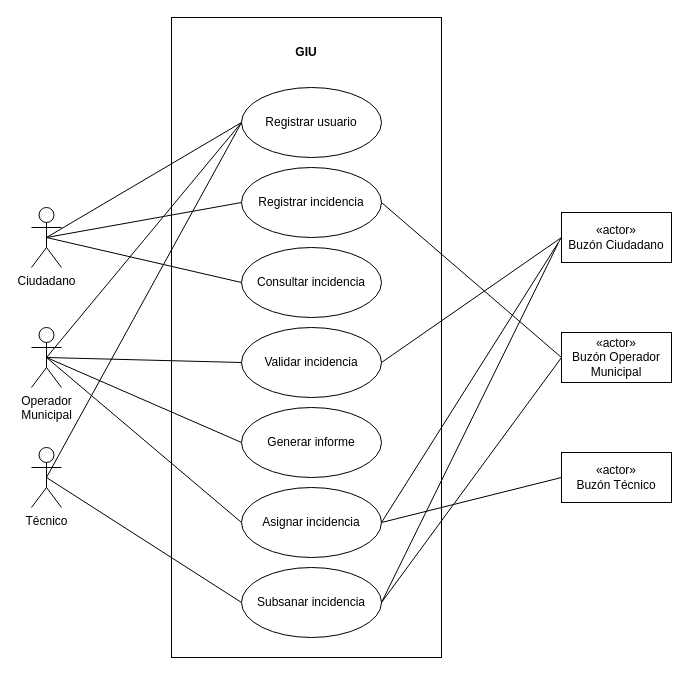
javimoralesg/UrbanDesk keeps this draw.io diagram as Diagrama de casos de uso.drawio. Above is the earlier version. Source tidied: cells renumbered, new cells numbered last; positions are measured from the earlier drawing's top-left corner, leaving out a move shared by most shapes. Both pictures are drawn from the tidied source at 100%, with x=0, y=0 at pixel (31, 17).
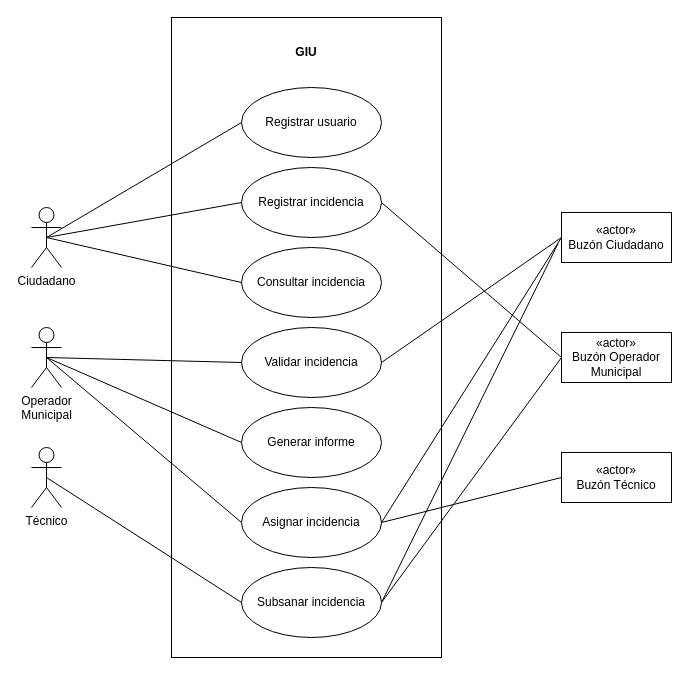
After the change.

Commit message:
Diagrama de casos de uso ACTUALIZADO

Se han modificado las relaciones en el caso de uso REGISTAR USUARIO.
Antes: Los actores principales eran el ciudadano, operador municipal y técnico.
Ahora: El actor principal es el ciudadano.

The change refers to these unchanged cells:
```xml
<mxCell id="4" value="Operador&lt;div&gt;Municipal&lt;/div&gt;" style="shape=umlActor;verticalLabelPosition=bottom;verticalAlign=top;html=1;" parent="1" vertex="1">
  <mxGeometry y="310" width="30" height="60" as="geometry" />
</mxCell>
<mxCell id="5" value="Técnico" style="shape=umlActor;verticalLabelPosition=bottom;verticalAlign=top;html=1;" parent="1" vertex="1">
  <mxGeometry y="430" width="30" height="60" as="geometry" />
</mxCell>
<mxCell id="15" value="Registrar usuario" style="ellipse;whiteSpace=wrap;html=1;" parent="1" vertex="1">
  <mxGeometry x="210" y="70" width="140" height="70" as="geometry" />
</mxCell>
```

Diff of the diagram source:
```diff
@@
-    <mxCell id="17" style="endArrow=none;html=1;rounded=0;exitX=0.5;exitY=0.5;exitDx=0;exitDy=0;exitPerimeter=0;entryX=0;entryY=0.5;entryDx=0;entryDy=0;" parent="1" edge="1" source="4" target="15">
-      <mxGeometry relative="1" as="geometry" />
-    </mxCell>
-    <mxCell id="18" style="endArrow=none;html=1;rounded=0;exitX=0.5;exitY=0.5;exitDx=0;exitDy=0;exitPerimeter=0;entryX=0;entryY=0.5;entryDx=0;entryDy=0;" parent="1" edge="1" source="5" target="15">
-      <mxGeometry relative="1" as="geometry" />
-    </mxCell>
```
